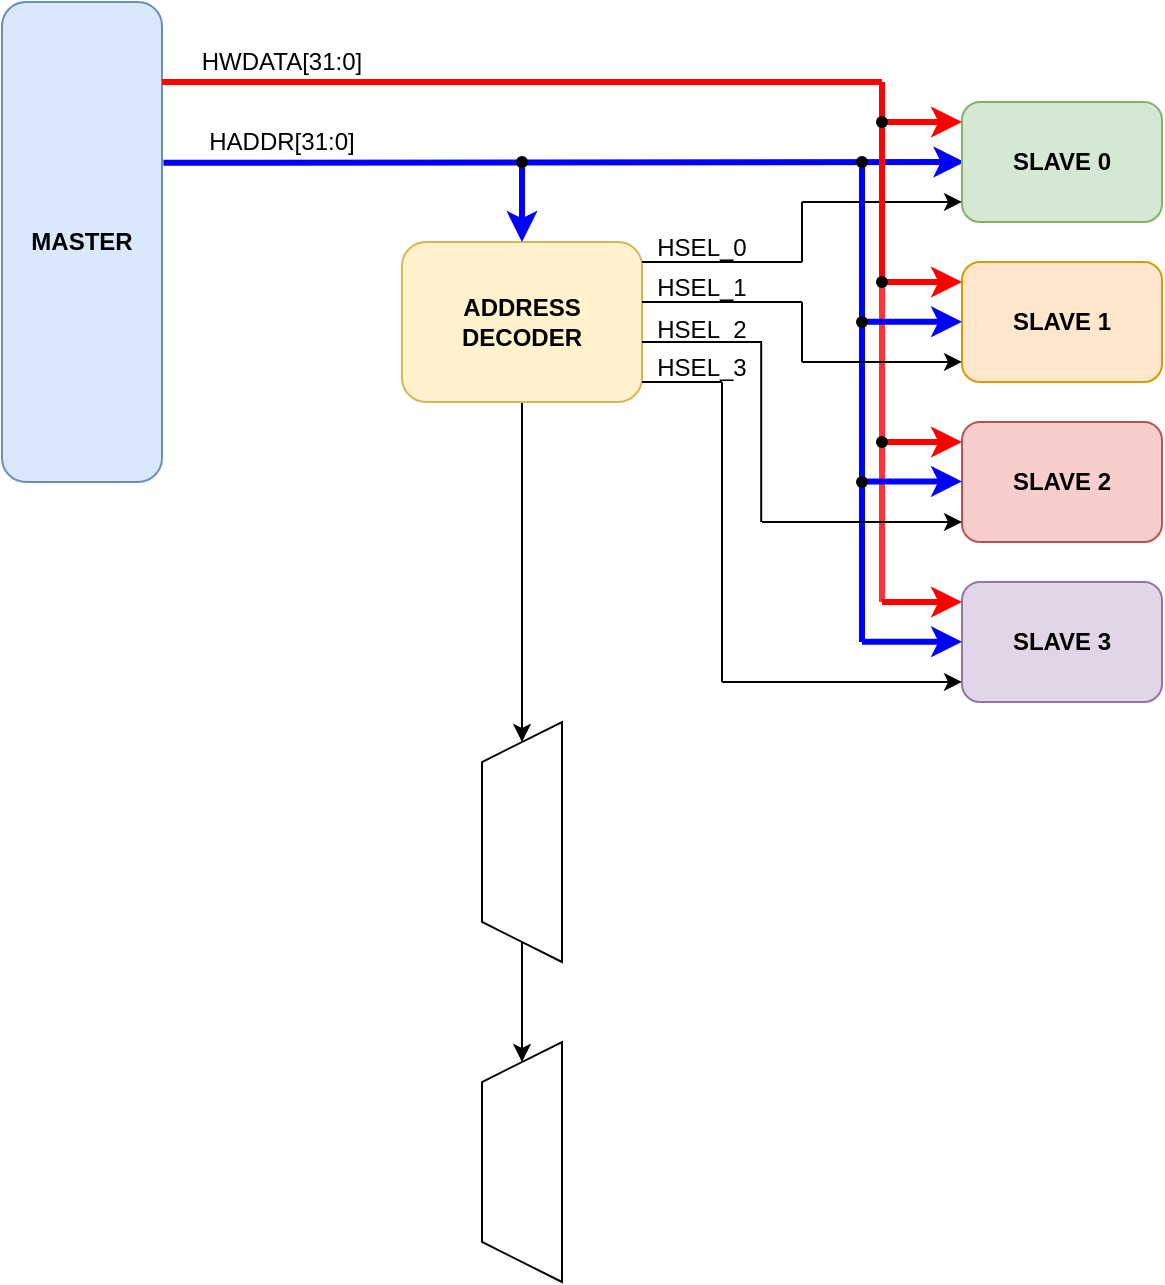
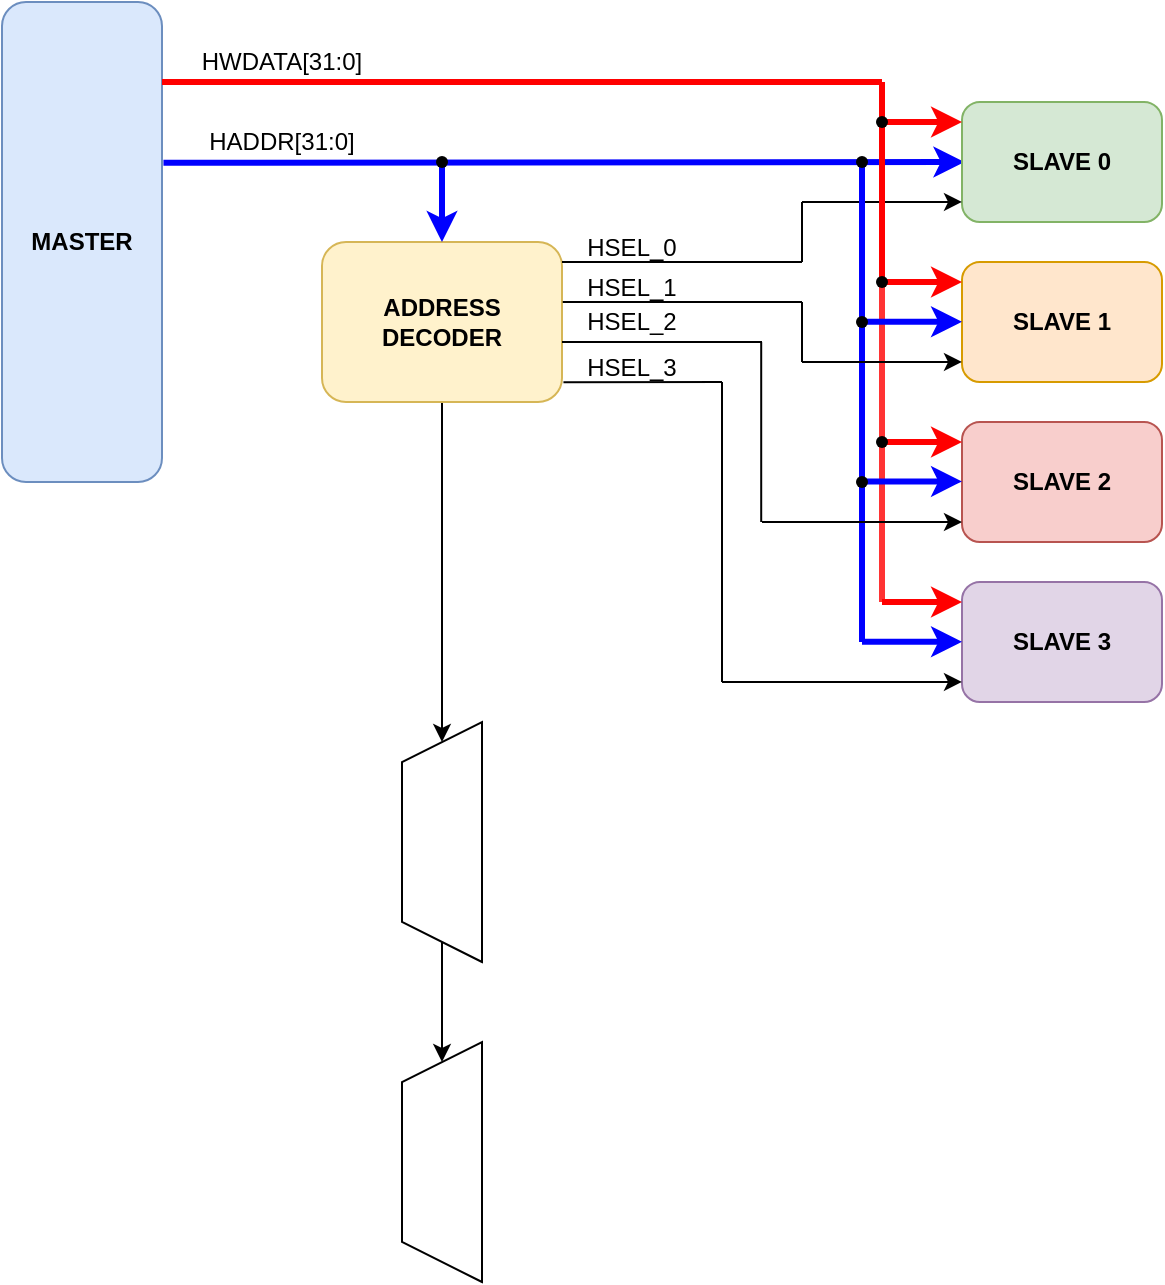
<mxfile host="app.diagrams.net" agent="Mozilla/5.0 (Windows NT 10.0; Win64; x64) AppleWebKit/537.36 (KHTML, like Gecko) Chrome/144.0.0.0 Safari/537.36 Edg/144.0.0.0" pages="4">
  <diagram id="00dOMP4ly3Yvcw6Omt_P" name="AHB Block Diagram">
-     <mxGraphModel dx="637" dy="921" grid="1" gridSize="10" guides="1" tooltips="1" connect="1" arrows="1" fold="1" page="1" pageScale="1" pageWidth="850" pageHeight="1100" math="0" shadow="0">
+     <mxGraphModel dx="306" dy="442" grid="1" gridSize="10" guides="1" tooltips="1" connect="1" arrows="1" fold="1" page="1" pageScale="1" pageWidth="850" pageHeight="1100" math="0" shadow="0">
      <root>
        <mxCell id="0" />
        <mxCell id="1" parent="0" />
        <mxCell id="WVtcaOnAu4kVJNJomXHp-1" parent="1" style="rounded=1;whiteSpace=wrap;html=1;fillColor=#dae8fc;strokeColor=#6c8ebf;" value="&lt;b&gt;MASTER&lt;/b&gt;" vertex="1">
          <mxGeometry height="240" width="80" x="80" y="160" as="geometry" />
        </mxCell>
        <mxCell id="WVtcaOnAu4kVJNJomXHp-55" edge="1" parent="1" source="WVtcaOnAu4kVJNJomXHp-3" style="edgeStyle=orthogonalEdgeStyle;rounded=0;orthogonalLoop=1;jettySize=auto;html=1;entryX=1;entryY=0.5;entryDx=0;entryDy=0;" target="WVtcaOnAu4kVJNJomXHp-53">
          <mxGeometry relative="1" as="geometry" />
        </mxCell>
        <mxCell id="WVtcaOnAu4kVJNJomXHp-3" parent="1" style="rounded=1;whiteSpace=wrap;html=1;fillColor=#fff2cc;strokeColor=#d6b656;" value="&lt;b&gt;ADDRESS DECODER&lt;/b&gt;" vertex="1">
-           <mxGeometry height="80" width="120" x="280" y="280" as="geometry" />
+           <mxGeometry height="80" width="120" x="240" y="280" as="geometry" />
        </mxCell>
        <mxCell id="WVtcaOnAu4kVJNJomXHp-4" edge="1" parent="1" source="WVtcaOnAu4kVJNJomXHp-1" style="endArrow=classic;html=1;rounded=0;exitX=1.009;exitY=0.335;exitDx=0;exitDy=0;exitPerimeter=0;strokeWidth=3;strokeColor=#0000FF;" value="">
          <mxGeometry height="50" relative="1" width="50" as="geometry">
            <mxPoint x="170" y="240" as="sourcePoint" />
            <mxPoint x="561.2" y="240" as="targetPoint" />
          </mxGeometry>
        </mxCell>
        <mxCell id="WVtcaOnAu4kVJNJomXHp-5" edge="1" parent="1" source="WVtcaOnAu4kVJNJomXHp-6" style="endArrow=classic;html=1;rounded=0;entryX=0.5;entryY=0;entryDx=0;entryDy=0;strokeWidth=3;strokeColor=#0000FF;" target="WVtcaOnAu4kVJNJomXHp-3" value="">
          <mxGeometry height="50" relative="1" width="50" as="geometry">
            <mxPoint x="340" y="240" as="sourcePoint" />
            <mxPoint x="390" y="190" as="targetPoint" />
          </mxGeometry>
        </mxCell>
        <mxCell id="WVtcaOnAu4kVJNJomXHp-6" parent="1" style="shape=waypoint;sketch=0;fillStyle=solid;size=6;pointerEvents=1;points=[];fillColor=none;resizable=0;rotatable=0;perimeter=centerPerimeter;snapToPoint=1;" value="" vertex="1">
-           <mxGeometry height="20" width="20" x="330" y="230" as="geometry" />
+           <mxGeometry height="20" width="20" x="290" y="230" as="geometry" />
        </mxCell>
        <mxCell id="WVtcaOnAu4kVJNJomXHp-7" parent="1" style="rounded=1;whiteSpace=wrap;html=1;fillColor=#d5e8d4;strokeColor=#82b366;fontStyle=1" value="SLAVE 0" vertex="1">
          <mxGeometry height="60" width="100" x="560" y="210" as="geometry" />
        </mxCell>
        <mxCell id="WVtcaOnAu4kVJNJomXHp-8" parent="1" style="rounded=1;whiteSpace=wrap;html=1;fillColor=#ffe6cc;strokeColor=#d79b00;fontStyle=1" value="SLAVE 1" vertex="1">
          <mxGeometry height="60" width="100" x="560" y="290" as="geometry" />
        </mxCell>
        <mxCell id="WVtcaOnAu4kVJNJomXHp-9" parent="1" style="rounded=1;whiteSpace=wrap;html=1;fillColor=#f8cecc;strokeColor=#b85450;fontStyle=1" value="SLAVE 2" vertex="1">
          <mxGeometry height="60" width="100" x="560" y="370" as="geometry" />
        </mxCell>
        <mxCell id="WVtcaOnAu4kVJNJomXHp-10" parent="1" style="rounded=1;whiteSpace=wrap;html=1;fillColor=#e1d5e7;strokeColor=#9673a6;fontStyle=1" value="SLAVE 3" vertex="1">
          <mxGeometry height="60" width="100" x="560" y="450" as="geometry" />
        </mxCell>
        <mxCell id="WVtcaOnAu4kVJNJomXHp-11" edge="1" parent="1" source="WVtcaOnAu4kVJNJomXHp-3" style="endArrow=none;html=1;rounded=0;exitX=1;exitY=0.125;exitDx=0;exitDy=0;exitPerimeter=0;" value="">
          <mxGeometry height="50" relative="1" width="50" as="geometry">
            <mxPoint x="410" y="290" as="sourcePoint" />
            <mxPoint x="480" y="290" as="targetPoint" />
          </mxGeometry>
        </mxCell>
        <mxCell id="WVtcaOnAu4kVJNJomXHp-12" edge="1" parent="1" style="endArrow=none;html=1;rounded=0;" value="">
          <mxGeometry height="50" relative="1" width="50" as="geometry">
            <mxPoint x="480" y="290" as="sourcePoint" />
            <mxPoint x="480" y="260" as="targetPoint" />
          </mxGeometry>
        </mxCell>
        <mxCell id="WVtcaOnAu4kVJNJomXHp-13" edge="1" parent="1" style="endArrow=classic;html=1;rounded=0;entryX=0;entryY=0.833;entryDx=0;entryDy=0;entryPerimeter=0;" target="WVtcaOnAu4kVJNJomXHp-7" value="">
          <mxGeometry height="50" relative="1" width="50" as="geometry">
            <mxPoint x="480" y="260" as="sourcePoint" />
            <mxPoint x="540" y="260" as="targetPoint" />
          </mxGeometry>
        </mxCell>
        <mxCell id="WVtcaOnAu4kVJNJomXHp-18" edge="1" parent="1" style="endArrow=none;html=1;rounded=0;strokeWidth=3;strokeColor=#FF0000;" value="">
          <mxGeometry height="50" relative="1" width="50" as="geometry">
            <mxPoint x="160" y="200" as="sourcePoint" />
            <mxPoint x="520" y="200" as="targetPoint" />
          </mxGeometry>
        </mxCell>
        <mxCell id="WVtcaOnAu4kVJNJomXHp-19" edge="1" parent="1" source="WVtcaOnAu4kVJNJomXHp-25" style="endArrow=none;html=1;rounded=0;strokeWidth=3;strokeColor=#FF0000;" value="">
          <mxGeometry height="50" relative="1" width="50" as="geometry">
            <mxPoint x="520" y="380" as="sourcePoint" />
            <mxPoint x="520" y="200" as="targetPoint" />
          </mxGeometry>
        </mxCell>
        <mxCell id="WVtcaOnAu4kVJNJomXHp-20" edge="1" parent="1" style="endArrow=classic;html=1;rounded=0;entryX=0;entryY=0.167;entryDx=0;entryDy=0;entryPerimeter=0;strokeWidth=3;strokeColor=#FF0000;" target="WVtcaOnAu4kVJNJomXHp-7" value="">
          <mxGeometry height="50" relative="1" width="50" as="geometry">
            <mxPoint x="520" y="220" as="sourcePoint" />
            <mxPoint x="570" y="170" as="targetPoint" />
          </mxGeometry>
        </mxCell>
        <mxCell id="WVtcaOnAu4kVJNJomXHp-22" edge="1" parent="1" style="endArrow=classic;html=1;rounded=0;entryX=0;entryY=0.167;entryDx=0;entryDy=0;entryPerimeter=0;strokeWidth=3;strokeColor=#FF0000;" value="">
          <mxGeometry height="50" relative="1" width="50" as="geometry">
            <mxPoint x="520" y="300" as="sourcePoint" />
            <mxPoint x="560" y="300" as="targetPoint" />
          </mxGeometry>
        </mxCell>
        <mxCell id="WVtcaOnAu4kVJNJomXHp-23" parent="1" style="shape=waypoint;sketch=0;fillStyle=solid;size=6;pointerEvents=1;points=[];fillColor=none;resizable=0;rotatable=0;perimeter=centerPerimeter;snapToPoint=1;" value="" vertex="1">
          <mxGeometry height="20" width="20" x="510" y="210" as="geometry" />
        </mxCell>
        <mxCell id="WVtcaOnAu4kVJNJomXHp-24" edge="1" parent="1" style="endArrow=classic;html=1;rounded=0;entryX=0;entryY=0.167;entryDx=0;entryDy=0;entryPerimeter=0;strokeWidth=3;strokeColor=#FF0000;" value="">
          <mxGeometry height="50" relative="1" width="50" as="geometry">
            <mxPoint x="520" y="380" as="sourcePoint" />
            <mxPoint x="560" y="380" as="targetPoint" />
          </mxGeometry>
        </mxCell>
        <mxCell id="WVtcaOnAu4kVJNJomXHp-26" edge="1" parent="1" style="endArrow=none;html=1;rounded=0;strokeWidth=3;strokeColor=#FF3333;" target="WVtcaOnAu4kVJNJomXHp-25" value="">
          <mxGeometry height="50" relative="1" width="50" as="geometry">
            <mxPoint x="520" y="460" as="sourcePoint" />
            <mxPoint x="520" y="200" as="targetPoint" />
          </mxGeometry>
        </mxCell>
        <mxCell id="WVtcaOnAu4kVJNJomXHp-25" parent="1" style="shape=waypoint;sketch=0;fillStyle=solid;size=6;pointerEvents=1;points=[];fillColor=none;resizable=0;rotatable=0;perimeter=centerPerimeter;snapToPoint=1;" value="" vertex="1">
          <mxGeometry height="20" width="20" x="510" y="290" as="geometry" />
        </mxCell>
        <mxCell id="WVtcaOnAu4kVJNJomXHp-27" edge="1" parent="1" style="endArrow=none;html=1;rounded=0;strokeWidth=3;strokeColor=#0000FF;" target="WVtcaOnAu4kVJNJomXHp-30" value="">
          <mxGeometry height="50" relative="1" width="50" as="geometry">
            <mxPoint x="510" y="480" as="sourcePoint" />
            <mxPoint x="510" y="240" as="targetPoint" />
          </mxGeometry>
        </mxCell>
        <mxCell id="WVtcaOnAu4kVJNJomXHp-28" edge="1" parent="1" style="endArrow=classic;html=1;rounded=0;entryX=0;entryY=0.167;entryDx=0;entryDy=0;entryPerimeter=0;strokeWidth=3;strokeColor=#0000FF;" value="">
          <mxGeometry height="50" relative="1" width="50" as="geometry">
            <mxPoint x="510" y="399.72" as="sourcePoint" />
            <mxPoint x="560" y="399.72" as="targetPoint" />
          </mxGeometry>
        </mxCell>
        <mxCell id="WVtcaOnAu4kVJNJomXHp-29" edge="1" parent="1" style="endArrow=classic;html=1;rounded=0;entryX=0;entryY=0.167;entryDx=0;entryDy=0;entryPerimeter=0;strokeWidth=3;strokeColor=#0000FF;" value="">
          <mxGeometry height="50" relative="1" width="50" as="geometry">
            <mxPoint x="510" y="319.86" as="sourcePoint" />
            <mxPoint x="560" y="319.86" as="targetPoint" />
          </mxGeometry>
        </mxCell>
        <mxCell id="WVtcaOnAu4kVJNJomXHp-30" parent="1" style="shape=waypoint;sketch=0;fillStyle=solid;size=6;pointerEvents=1;points=[];fillColor=none;resizable=0;rotatable=0;perimeter=centerPerimeter;snapToPoint=1;" value="" vertex="1">
          <mxGeometry height="20" width="20" x="500.0000000000001" y="230" as="geometry" />
        </mxCell>
        <mxCell id="WVtcaOnAu4kVJNJomXHp-31" parent="1" style="shape=waypoint;sketch=0;fillStyle=solid;size=6;pointerEvents=1;points=[];fillColor=none;resizable=0;rotatable=0;perimeter=centerPerimeter;snapToPoint=1;" value="" vertex="1">
          <mxGeometry height="20" width="20" x="500" y="310" as="geometry" />
        </mxCell>
        <mxCell id="WVtcaOnAu4kVJNJomXHp-32" edge="1" parent="1" style="endArrow=classic;html=1;rounded=0;entryX=0;entryY=0.167;entryDx=0;entryDy=0;entryPerimeter=0;strokeWidth=3;strokeColor=#FF0000;" value="">
          <mxGeometry height="50" relative="1" width="50" as="geometry">
            <mxPoint x="520" y="460" as="sourcePoint" />
            <mxPoint x="560" y="460" as="targetPoint" />
          </mxGeometry>
        </mxCell>
        <mxCell id="WVtcaOnAu4kVJNJomXHp-33" edge="1" parent="1" style="endArrow=classic;html=1;rounded=0;entryX=0;entryY=0.167;entryDx=0;entryDy=0;entryPerimeter=0;strokeWidth=3;strokeColor=#0000FF;" value="">
          <mxGeometry height="50" relative="1" width="50" as="geometry">
            <mxPoint x="510" y="479.88" as="sourcePoint" />
            <mxPoint x="560" y="479.88" as="targetPoint" />
          </mxGeometry>
        </mxCell>
        <mxCell id="WVtcaOnAu4kVJNJomXHp-34" parent="1" style="shape=waypoint;sketch=0;fillStyle=solid;size=6;pointerEvents=1;points=[];fillColor=none;resizable=0;rotatable=0;perimeter=centerPerimeter;snapToPoint=1;" value="" vertex="1">
          <mxGeometry height="20" width="20" x="510" y="370" as="geometry" />
        </mxCell>
        <mxCell id="WVtcaOnAu4kVJNJomXHp-35" parent="1" style="shape=waypoint;sketch=0;fillStyle=solid;size=6;pointerEvents=1;points=[];fillColor=none;resizable=0;rotatable=0;perimeter=centerPerimeter;snapToPoint=1;" value="" vertex="1">
          <mxGeometry height="20" width="20" x="500" y="390" as="geometry" />
        </mxCell>
-         <mxCell id="WVtcaOnAu4kVJNJomXHp-38" edge="1" parent="1" style="endArrow=none;html=1;rounded=0;" value="">
+         <mxCell id="WVtcaOnAu4kVJNJomXHp-38" edge="1" parent="1" source="WVtcaOnAu4kVJNJomXHp-3" style="endArrow=none;html=1;rounded=0;exitX=1.003;exitY=0.375;exitDx=0;exitDy=0;exitPerimeter=0;" value="">
          <mxGeometry height="50" relative="1" width="50" as="geometry">
            <mxPoint x="400" y="310" as="sourcePoint" />
            <mxPoint x="480" y="310" as="targetPoint" />
          </mxGeometry>
        </mxCell>
-         <mxCell id="WVtcaOnAu4kVJNJomXHp-39" edge="1" parent="1" style="endArrow=none;html=1;rounded=0;" value="">
+         <mxCell id="WVtcaOnAu4kVJNJomXHp-39" edge="1" parent="1" source="WVtcaOnAu4kVJNJomXHp-3" style="endArrow=none;html=1;rounded=0;exitX=1;exitY=0.625;exitDx=0;exitDy=0;exitPerimeter=0;" value="">
          <mxGeometry height="50" relative="1" width="50" as="geometry">
            <mxPoint x="400" y="330" as="sourcePoint" />
            <mxPoint x="460" y="330" as="targetPoint" />
          </mxGeometry>
        </mxCell>
-         <mxCell id="WVtcaOnAu4kVJNJomXHp-40" edge="1" parent="1" style="endArrow=none;html=1;rounded=0;" value="">
+         <mxCell id="WVtcaOnAu4kVJNJomXHp-40" edge="1" parent="1" source="WVtcaOnAu4kVJNJomXHp-3" style="endArrow=none;html=1;rounded=0;exitX=1.006;exitY=0.877;exitDx=0;exitDy=0;exitPerimeter=0;" value="">
          <mxGeometry height="50" relative="1" width="50" as="geometry">
            <mxPoint x="400" y="350" as="sourcePoint" />
            <mxPoint x="440" y="350" as="targetPoint" />
          </mxGeometry>
        </mxCell>
        <mxCell id="WVtcaOnAu4kVJNJomXHp-41" edge="1" parent="1" style="endArrow=none;html=1;rounded=0;" value="">
          <mxGeometry height="50" relative="1" width="50" as="geometry">
            <mxPoint x="440" y="500" as="sourcePoint" />
            <mxPoint x="440" y="350" as="targetPoint" />
          </mxGeometry>
        </mxCell>
        <mxCell id="WVtcaOnAu4kVJNJomXHp-42" edge="1" parent="1" style="endArrow=classic;html=1;rounded=0;entryX=0;entryY=0.833;entryDx=0;entryDy=0;entryPerimeter=0;" target="WVtcaOnAu4kVJNJomXHp-10" value="">
          <mxGeometry height="50" relative="1" width="50" as="geometry">
            <mxPoint x="440" y="499.98" as="sourcePoint" />
            <mxPoint x="470" y="450" as="targetPoint" />
          </mxGeometry>
        </mxCell>
        <mxCell id="WVtcaOnAu4kVJNJomXHp-43" edge="1" parent="1" style="endArrow=none;html=1;rounded=0;" value="">
          <mxGeometry height="50" relative="1" width="50" as="geometry">
            <mxPoint x="459.6" y="420" as="sourcePoint" />
            <mxPoint x="459.6" y="330" as="targetPoint" />
          </mxGeometry>
        </mxCell>
        <mxCell id="WVtcaOnAu4kVJNJomXHp-44" edge="1" parent="1" style="endArrow=classic;html=1;rounded=0;entryX=0;entryY=0.833;entryDx=0;entryDy=0;entryPerimeter=0;" value="">
          <mxGeometry height="50" relative="1" width="50" as="geometry">
            <mxPoint x="460" y="420" as="sourcePoint" />
            <mxPoint x="560" y="420" as="targetPoint" />
          </mxGeometry>
        </mxCell>
        <mxCell id="WVtcaOnAu4kVJNJomXHp-45" edge="1" parent="1" style="endArrow=none;html=1;rounded=0;" value="">
          <mxGeometry height="50" relative="1" width="50" as="geometry">
            <mxPoint x="480" y="340" as="sourcePoint" />
            <mxPoint x="480" y="310" as="targetPoint" />
          </mxGeometry>
        </mxCell>
        <mxCell id="WVtcaOnAu4kVJNJomXHp-46" edge="1" parent="1" style="endArrow=classic;html=1;rounded=0;entryX=0;entryY=0.833;entryDx=0;entryDy=0;entryPerimeter=0;" target="WVtcaOnAu4kVJNJomXHp-8" value="">
          <mxGeometry height="50" relative="1" width="50" as="geometry">
            <mxPoint x="480" y="340" as="sourcePoint" />
            <mxPoint x="550" y="340" as="targetPoint" />
          </mxGeometry>
        </mxCell>
        <mxCell id="WVtcaOnAu4kVJNJomXHp-47" parent="1" style="text;html=1;whiteSpace=wrap;strokeColor=none;fillColor=none;align=center;verticalAlign=middle;rounded=0;" value="HSEL_0" vertex="1">
-           <mxGeometry height="15" width="60" x="400" y="275" as="geometry" />
+           <mxGeometry height="15" width="60" x="365" y="275" as="geometry" />
        </mxCell>
        <mxCell id="WVtcaOnAu4kVJNJomXHp-48" parent="1" style="text;html=1;whiteSpace=wrap;strokeColor=none;fillColor=none;align=center;verticalAlign=middle;rounded=0;" value="HSEL_1" vertex="1">
-           <mxGeometry height="15" width="60" x="400" y="295" as="geometry" />
+           <mxGeometry height="15" width="60" x="365" y="295" as="geometry" />
        </mxCell>
        <mxCell id="WVtcaOnAu4kVJNJomXHp-49" parent="1" style="text;html=1;whiteSpace=wrap;strokeColor=none;fillColor=none;align=center;verticalAlign=middle;rounded=0;" value="HSEL_2" vertex="1">
-           <mxGeometry height="7.5" width="60" x="400" y="320" as="geometry" />
+           <mxGeometry height="7.5" width="60" x="365" y="316.25" as="geometry" />
        </mxCell>
        <mxCell id="WVtcaOnAu4kVJNJomXHp-50" parent="1" style="text;html=1;whiteSpace=wrap;strokeColor=none;fillColor=none;align=center;verticalAlign=middle;rounded=0;" value="HSEL_3" vertex="1">
-           <mxGeometry height="15" width="60" x="400" y="335" as="geometry" />
+           <mxGeometry height="15" width="60" x="365" y="335" as="geometry" />
        </mxCell>
        <mxCell id="WVtcaOnAu4kVJNJomXHp-51" parent="1" style="text;html=1;whiteSpace=wrap;strokeColor=none;fillColor=none;align=center;verticalAlign=middle;rounded=0;" value="HWDATA[31:0]" vertex="1">
          <mxGeometry height="20" width="80" x="180" y="180" as="geometry" />
        </mxCell>
        <mxCell id="WVtcaOnAu4kVJNJomXHp-52" parent="1" style="text;html=1;whiteSpace=wrap;strokeColor=none;fillColor=none;align=center;verticalAlign=middle;rounded=0;" value="HADDR[31:0]" vertex="1">
          <mxGeometry height="20" width="80" x="180" y="220" as="geometry" />
        </mxCell>
        <mxCell id="WVtcaOnAu4kVJNJomXHp-53" parent="1" style="shape=trapezoid;perimeter=trapezoidPerimeter;whiteSpace=wrap;html=1;fixedSize=1;rotation=-90;" value="" vertex="1">
-           <mxGeometry height="40" width="120" x="280" y="560" as="geometry" />
+           <mxGeometry height="40" width="120" x="240" y="560" as="geometry" />
        </mxCell>
        <mxCell id="WVtcaOnAu4kVJNJomXHp-54" parent="1" style="shape=trapezoid;perimeter=trapezoidPerimeter;whiteSpace=wrap;html=1;fixedSize=1;rotation=-90;" value="" vertex="1">
-           <mxGeometry height="40" width="120" x="280" y="720" as="geometry" />
+           <mxGeometry height="40" width="120" x="240" y="720" as="geometry" />
        </mxCell>
        <mxCell id="WVtcaOnAu4kVJNJomXHp-56" edge="1" parent="1" source="WVtcaOnAu4kVJNJomXHp-53" style="endArrow=classic;html=1;rounded=0;exitX=0;exitY=0.5;exitDx=0;exitDy=0;entryX=1;entryY=0.5;entryDx=0;entryDy=0;" target="WVtcaOnAu4kVJNJomXHp-54" value="">
          <mxGeometry height="50" relative="1" width="50" as="geometry">
-             <mxPoint x="400" y="680" as="sourcePoint" />
-             <mxPoint x="450" y="630" as="targetPoint" />
+             <mxPoint x="360" y="680" as="sourcePoint" />
+             <mxPoint x="410" y="630" as="targetPoint" />
          </mxGeometry>
        </mxCell>
      </root>
    </mxGraphModel>
  </diagram>
  <diagram name="AHB Interface" id="AxdGKtdG9Rmgfqjtrl1U">
    <mxGraphModel dx="2046" dy="1106" grid="1" gridSize="10" guides="1" tooltips="1" connect="1" arrows="1" fold="1" page="1" pageScale="1" pageWidth="850" pageHeight="1100" math="0" shadow="0">
      <root>
        <mxCell id="0" />
        <mxCell id="1" parent="0" />
        <mxCell id="BZ9neWvH9tw47nREzwFn-1" parent="1" style="rounded=0;whiteSpace=wrap;html=1;" value="&lt;font style=&quot;font-size: 16px;&quot;&gt;&lt;b&gt;Manager&lt;/b&gt;&lt;/font&gt;" vertex="1">
          <mxGeometry height="200" width="120" x="400" y="80" as="geometry" />
        </mxCell>
        <mxCell id="BZ9neWvH9tw47nREzwFn-2" edge="1" parent="1" style="endArrow=classic;html=1;rounded=0;" value="">
          <mxGeometry height="50" relative="1" width="50" as="geometry">
            <mxPoint x="360" y="100" as="sourcePoint" />
            <mxPoint x="400" y="100" as="targetPoint" />
          </mxGeometry>
        </mxCell>
        <mxCell id="BZ9neWvH9tw47nREzwFn-3" edge="1" parent="1" style="endArrow=classic;html=1;rounded=0;" value="">
          <mxGeometry height="50" relative="1" width="50" as="geometry">
            <mxPoint x="360" y="120" as="sourcePoint" />
            <mxPoint x="400" y="120" as="targetPoint" />
          </mxGeometry>
        </mxCell>
        <mxCell id="BZ9neWvH9tw47nREzwFn-4" parent="1" style="text;html=1;whiteSpace=wrap;strokeColor=none;fillColor=none;align=center;verticalAlign=middle;rounded=0;fontStyle=1" value="HCLK" vertex="1">
          <mxGeometry height="20" width="40" x="320" y="90" as="geometry" />
        </mxCell>
        <mxCell id="BZ9neWvH9tw47nREzwFn-5" parent="1" style="text;html=1;whiteSpace=wrap;strokeColor=none;fillColor=none;align=center;verticalAlign=middle;rounded=0;fontStyle=1" value="HRESETn" vertex="1">
          <mxGeometry height="20" width="60" x="300" y="110" as="geometry" />
        </mxCell>
        <mxCell id="BZ9neWvH9tw47nREzwFn-6" parent="1" style="text;html=1;whiteSpace=wrap;strokeColor=none;fillColor=none;align=center;verticalAlign=middle;rounded=0;fontStyle=1" value="HREADY" vertex="1">
          <mxGeometry height="20" width="60" x="300" y="150" as="geometry" />
        </mxCell>
        <mxCell id="BZ9neWvH9tw47nREzwFn-7" edge="1" parent="1" style="endArrow=classic;html=1;rounded=0;" value="">
          <mxGeometry height="50" relative="1" width="50" as="geometry">
            <mxPoint x="360" y="160" as="sourcePoint" />
            <mxPoint x="400" y="160" as="targetPoint" />
          </mxGeometry>
        </mxCell>
        <mxCell id="BZ9neWvH9tw47nREzwFn-8" edge="1" parent="1" style="endArrow=classic;html=1;rounded=0;" value="">
          <mxGeometry height="50" relative="1" width="50" as="geometry">
            <mxPoint x="360" y="180" as="sourcePoint" />
            <mxPoint x="400" y="180" as="targetPoint" />
          </mxGeometry>
        </mxCell>
        <mxCell id="BZ9neWvH9tw47nREzwFn-9" parent="1" style="text;html=1;whiteSpace=wrap;strokeColor=none;fillColor=none;align=center;verticalAlign=middle;rounded=0;fontStyle=1" value="HSELx" vertex="1">
          <mxGeometry height="20" width="60" x="310" y="430" as="geometry" />
        </mxCell>
        <mxCell id="BZ9neWvH9tw47nREzwFn-10" edge="1" parent="1" style="endArrow=classic;html=1;rounded=0;" value="">
          <mxGeometry height="50" relative="1" width="50" as="geometry">
            <mxPoint x="360" y="260" as="sourcePoint" />
            <mxPoint x="400" y="260" as="targetPoint" />
          </mxGeometry>
        </mxCell>
        <mxCell id="BZ9neWvH9tw47nREzwFn-11" parent="1" style="text;html=1;whiteSpace=wrap;strokeColor=none;fillColor=none;align=center;verticalAlign=middle;rounded=0;fontStyle=1" value="HRDATA[31:0]" vertex="1">
          <mxGeometry height="20" width="90" x="270" y="250" as="geometry" />
        </mxCell>
        <mxCell id="BZ9neWvH9tw47nREzwFn-12" edge="1" parent="1" style="endArrow=classic;html=1;rounded=0;" value="">
          <mxGeometry height="50" relative="1" width="50" as="geometry">
            <mxPoint x="520" y="99.83" as="sourcePoint" />
            <mxPoint x="560" y="99.83" as="targetPoint" />
          </mxGeometry>
        </mxCell>
        <mxCell id="BZ9neWvH9tw47nREzwFn-13" edge="1" parent="1" style="endArrow=classic;html=1;rounded=0;" value="">
          <mxGeometry height="50" relative="1" width="50" as="geometry">
            <mxPoint x="520" y="119.83" as="sourcePoint" />
            <mxPoint x="560" y="119.83" as="targetPoint" />
          </mxGeometry>
        </mxCell>
        <mxCell id="BZ9neWvH9tw47nREzwFn-14" edge="1" parent="1" style="endArrow=classic;html=1;rounded=0;" value="">
          <mxGeometry height="50" relative="1" width="50" as="geometry">
            <mxPoint x="520" y="159.83" as="sourcePoint" />
            <mxPoint x="560" y="159.83" as="targetPoint" />
          </mxGeometry>
        </mxCell>
        <mxCell id="BZ9neWvH9tw47nREzwFn-15" edge="1" parent="1" style="endArrow=classic;html=1;rounded=0;" value="">
          <mxGeometry height="50" relative="1" width="50" as="geometry">
            <mxPoint x="520" y="140" as="sourcePoint" />
            <mxPoint x="560" y="140" as="targetPoint" />
          </mxGeometry>
        </mxCell>
        <mxCell id="BZ9neWvH9tw47nREzwFn-16" edge="1" parent="1" style="endArrow=classic;html=1;rounded=0;" value="">
          <mxGeometry height="50" relative="1" width="50" as="geometry">
            <mxPoint x="520" y="179.83" as="sourcePoint" />
            <mxPoint x="560" y="179.83" as="targetPoint" />
          </mxGeometry>
        </mxCell>
        <mxCell id="BZ9neWvH9tw47nREzwFn-17" edge="1" parent="1" style="endArrow=classic;html=1;rounded=0;" value="">
          <mxGeometry height="50" relative="1" width="50" as="geometry">
            <mxPoint x="520" y="200" as="sourcePoint" />
            <mxPoint x="560" y="200" as="targetPoint" />
          </mxGeometry>
        </mxCell>
        <mxCell id="BZ9neWvH9tw47nREzwFn-18" parent="1" style="text;html=1;whiteSpace=wrap;strokeColor=none;fillColor=none;align=center;verticalAlign=middle;rounded=0;fontStyle=1" value="HADDR[31:0]" vertex="1">
          <mxGeometry height="20" width="80" x="560" y="90" as="geometry" />
        </mxCell>
        <mxCell id="BZ9neWvH9tw47nREzwFn-19" parent="1" style="text;html=1;whiteSpace=wrap;strokeColor=none;fillColor=none;align=center;verticalAlign=middle;rounded=0;fontStyle=1" value="HWRITE" vertex="1">
          <mxGeometry height="20" width="60" x="560" y="110" as="geometry" />
        </mxCell>
        <mxCell id="BZ9neWvH9tw47nREzwFn-20" parent="1" style="text;html=1;whiteSpace=wrap;strokeColor=none;fillColor=none;align=center;verticalAlign=middle;rounded=0;fontStyle=1" value="HSIZE[2:0]" vertex="1">
          <mxGeometry height="20" width="70" x="560" y="130" as="geometry" />
        </mxCell>
        <mxCell id="BZ9neWvH9tw47nREzwFn-21" parent="1" style="text;html=1;whiteSpace=wrap;strokeColor=none;fillColor=none;align=center;verticalAlign=middle;rounded=0;fontStyle=1" value="HBURST[2:0]" vertex="1">
          <mxGeometry height="20" width="80" x="560" y="150" as="geometry" />
        </mxCell>
        <mxCell id="BZ9neWvH9tw47nREzwFn-22" parent="1" style="text;html=1;whiteSpace=wrap;strokeColor=none;fillColor=none;align=center;verticalAlign=middle;rounded=0;fontStyle=1" value="HPROT[3:0]" vertex="1">
          <mxGeometry height="20" width="80" x="560" y="170" as="geometry" />
        </mxCell>
        <mxCell id="BZ9neWvH9tw47nREzwFn-23" parent="1" style="text;html=1;whiteSpace=wrap;strokeColor=none;fillColor=none;align=center;verticalAlign=middle;rounded=0;fontStyle=1" value="HTRANS[1:0]" vertex="1">
          <mxGeometry height="20" width="80" x="560" y="190" as="geometry" />
        </mxCell>
        <mxCell id="BZ9neWvH9tw47nREzwFn-24" edge="1" parent="1" style="endArrow=classic;html=1;rounded=0;" value="">
          <mxGeometry height="50" relative="1" width="50" as="geometry">
            <mxPoint x="520" y="220" as="sourcePoint" />
            <mxPoint x="560" y="220" as="targetPoint" />
          </mxGeometry>
        </mxCell>
        <mxCell id="BZ9neWvH9tw47nREzwFn-25" parent="1" style="text;html=1;whiteSpace=wrap;strokeColor=none;fillColor=none;align=center;verticalAlign=middle;rounded=0;fontStyle=1" value="HMASTLOCK" vertex="1">
          <mxGeometry height="20" width="80" x="560" y="210" as="geometry" />
        </mxCell>
        <mxCell id="BZ9neWvH9tw47nREzwFn-26" edge="1" parent="1" style="endArrow=classic;html=1;rounded=0;" value="">
          <mxGeometry height="50" relative="1" width="50" as="geometry">
            <mxPoint x="520" y="259.8" as="sourcePoint" />
            <mxPoint x="560" y="259.8" as="targetPoint" />
          </mxGeometry>
        </mxCell>
        <mxCell id="BZ9neWvH9tw47nREzwFn-30" parent="1" style="text;html=1;whiteSpace=wrap;strokeColor=none;fillColor=none;align=center;verticalAlign=middle;rounded=0;fontStyle=1" value="HWDATA[31:0]" vertex="1">
          <mxGeometry height="20" width="95" x="555" y="250" as="geometry" />
        </mxCell>
        <mxCell id="BZ9neWvH9tw47nREzwFn-31" parent="1" style="rounded=0;whiteSpace=wrap;html=1;" value="&lt;font style=&quot;font-size: 16px;&quot;&gt;&lt;b&gt;Slave&lt;/b&gt;&lt;/font&gt;" vertex="1">
          <mxGeometry height="320" width="120" x="400" y="360" as="geometry" />
        </mxCell>
        <mxCell id="BZ9neWvH9tw47nREzwFn-32" edge="1" parent="1" style="endArrow=classic;html=1;rounded=0;" value="">
          <mxGeometry height="50" relative="1" width="50" as="geometry">
            <mxPoint x="360" y="489.83" as="sourcePoint" />
            <mxPoint x="400" y="489.83" as="targetPoint" />
          </mxGeometry>
        </mxCell>
        <mxCell id="BZ9neWvH9tw47nREzwFn-33" edge="1" parent="1" style="endArrow=classic;html=1;rounded=0;" value="">
          <mxGeometry height="50" relative="1" width="50" as="geometry">
            <mxPoint x="360" y="509.83" as="sourcePoint" />
            <mxPoint x="400" y="509.83" as="targetPoint" />
          </mxGeometry>
        </mxCell>
        <mxCell id="BZ9neWvH9tw47nREzwFn-34" edge="1" parent="1" style="endArrow=classic;html=1;rounded=0;" value="">
          <mxGeometry height="50" relative="1" width="50" as="geometry">
            <mxPoint x="360" y="549.83" as="sourcePoint" />
            <mxPoint x="400" y="549.83" as="targetPoint" />
          </mxGeometry>
        </mxCell>
        <mxCell id="BZ9neWvH9tw47nREzwFn-35" edge="1" parent="1" style="endArrow=classic;html=1;rounded=0;" value="">
          <mxGeometry height="50" relative="1" width="50" as="geometry">
            <mxPoint x="360" y="530" as="sourcePoint" />
            <mxPoint x="400" y="530" as="targetPoint" />
          </mxGeometry>
        </mxCell>
        <mxCell id="BZ9neWvH9tw47nREzwFn-36" edge="1" parent="1" style="endArrow=classic;html=1;rounded=0;" value="">
          <mxGeometry height="50" relative="1" width="50" as="geometry">
            <mxPoint x="360" y="569.83" as="sourcePoint" />
            <mxPoint x="400" y="569.83" as="targetPoint" />
          </mxGeometry>
        </mxCell>
        <mxCell id="BZ9neWvH9tw47nREzwFn-37" edge="1" parent="1" style="endArrow=classic;html=1;rounded=0;" value="">
          <mxGeometry height="50" relative="1" width="50" as="geometry">
            <mxPoint x="360" y="590" as="sourcePoint" />
            <mxPoint x="400" y="590" as="targetPoint" />
          </mxGeometry>
        </mxCell>
        <mxCell id="BZ9neWvH9tw47nREzwFn-38" parent="1" style="text;html=1;whiteSpace=wrap;strokeColor=none;fillColor=none;align=center;verticalAlign=middle;rounded=0;fontStyle=1" value="HADDR[31:0]" vertex="1">
          <mxGeometry height="20" width="80" x="275" y="480" as="geometry" />
        </mxCell>
        <mxCell id="BZ9neWvH9tw47nREzwFn-39" parent="1" style="text;html=1;whiteSpace=wrap;strokeColor=none;fillColor=none;align=center;verticalAlign=middle;rounded=0;fontStyle=1" value="HWRITE" vertex="1">
          <mxGeometry height="20" width="60" x="275" y="500" as="geometry" />
        </mxCell>
        <mxCell id="BZ9neWvH9tw47nREzwFn-40" parent="1" style="text;html=1;whiteSpace=wrap;strokeColor=none;fillColor=none;align=center;verticalAlign=middle;rounded=0;fontStyle=1" value="HSIZE[2:0]" vertex="1">
          <mxGeometry height="20" width="70" x="275" y="520" as="geometry" />
        </mxCell>
        <mxCell id="BZ9neWvH9tw47nREzwFn-41" parent="1" style="text;html=1;whiteSpace=wrap;strokeColor=none;fillColor=none;align=center;verticalAlign=middle;rounded=0;fontStyle=1" value="HBURST[2:0]" vertex="1">
          <mxGeometry height="20" width="80" x="275" y="540" as="geometry" />
        </mxCell>
        <mxCell id="BZ9neWvH9tw47nREzwFn-42" parent="1" style="text;html=1;whiteSpace=wrap;strokeColor=none;fillColor=none;align=center;verticalAlign=middle;rounded=0;fontStyle=1" value="HPROT[3:0]" vertex="1">
          <mxGeometry height="20" width="80" x="275" y="560" as="geometry" />
        </mxCell>
        <mxCell id="BZ9neWvH9tw47nREzwFn-43" parent="1" style="text;html=1;whiteSpace=wrap;strokeColor=none;fillColor=none;align=center;verticalAlign=middle;rounded=0;fontStyle=1" value="HTRANS[1:0]" vertex="1">
          <mxGeometry height="20" width="80" x="275" y="580" as="geometry" />
        </mxCell>
        <mxCell id="BZ9neWvH9tw47nREzwFn-44" edge="1" parent="1" style="endArrow=classic;html=1;rounded=0;" value="">
          <mxGeometry height="50" relative="1" width="50" as="geometry">
            <mxPoint x="360" y="610" as="sourcePoint" />
            <mxPoint x="400" y="610" as="targetPoint" />
          </mxGeometry>
        </mxCell>
        <mxCell id="BZ9neWvH9tw47nREzwFn-45" parent="1" style="text;html=1;whiteSpace=wrap;strokeColor=none;fillColor=none;align=center;verticalAlign=middle;rounded=0;fontStyle=1" value="HMASTLOCK" vertex="1">
          <mxGeometry height="20" width="80" x="275" y="600" as="geometry" />
        </mxCell>
        <mxCell id="BZ9neWvH9tw47nREzwFn-46" edge="1" parent="1" style="endArrow=classic;html=1;rounded=0;" value="">
          <mxGeometry height="50" relative="1" width="50" as="geometry">
            <mxPoint x="360" y="649.8" as="sourcePoint" />
            <mxPoint x="400" y="649.8" as="targetPoint" />
          </mxGeometry>
        </mxCell>
        <mxCell id="BZ9neWvH9tw47nREzwFn-47" parent="1" style="text;html=1;whiteSpace=wrap;strokeColor=none;fillColor=none;align=center;verticalAlign=middle;rounded=0;fontStyle=1" value="HWDATA[31:0]" vertex="1">
          <mxGeometry height="20" width="95" x="270" y="640" as="geometry" />
        </mxCell>
        <mxCell id="BZ9neWvH9tw47nREzwFn-49" edge="1" parent="1" style="endArrow=classic;html=1;rounded=0;" value="">
          <mxGeometry height="50" relative="1" width="50" as="geometry">
            <mxPoint x="360" y="380" as="sourcePoint" />
            <mxPoint x="400" y="380" as="targetPoint" />
          </mxGeometry>
        </mxCell>
        <mxCell id="BZ9neWvH9tw47nREzwFn-50" edge="1" parent="1" style="endArrow=classic;html=1;rounded=0;" value="">
          <mxGeometry height="50" relative="1" width="50" as="geometry">
            <mxPoint x="360" y="400" as="sourcePoint" />
            <mxPoint x="400" y="400" as="targetPoint" />
          </mxGeometry>
        </mxCell>
        <mxCell id="BZ9neWvH9tw47nREzwFn-51" edge="1" parent="1" style="endArrow=classic;html=1;rounded=0;" value="">
          <mxGeometry height="50" relative="1" width="50" as="geometry">
            <mxPoint x="360" y="440" as="sourcePoint" />
            <mxPoint x="400" y="440" as="targetPoint" />
          </mxGeometry>
        </mxCell>
        <mxCell id="BZ9neWvH9tw47nREzwFn-52" parent="1" style="text;html=1;whiteSpace=wrap;strokeColor=none;fillColor=none;align=center;verticalAlign=middle;rounded=0;fontStyle=1" value="HCLK" vertex="1">
          <mxGeometry height="20" width="40" x="320" y="370" as="geometry" />
        </mxCell>
        <mxCell id="BZ9neWvH9tw47nREzwFn-53" parent="1" style="text;html=1;whiteSpace=wrap;strokeColor=none;fillColor=none;align=center;verticalAlign=middle;rounded=0;fontStyle=1" value="HRESETn" vertex="1">
          <mxGeometry height="20" width="60" x="300" y="390" as="geometry" />
        </mxCell>
        <mxCell id="BZ9neWvH9tw47nREzwFn-54" parent="1" style="shape=curlyBracket;whiteSpace=wrap;html=1;rounded=1;labelPosition=left;verticalLabelPosition=middle;align=right;verticalAlign=middle;" value="" vertex="1">
          <mxGeometry height="35" width="20" x="230" y="90" as="geometry" />
        </mxCell>
        <mxCell id="BZ9neWvH9tw47nREzwFn-55" parent="1" style="text;html=1;whiteSpace=wrap;strokeColor=none;fillColor=none;align=center;verticalAlign=middle;rounded=0;fontStyle=1" value="HRESP" vertex="1">
          <mxGeometry height="20" width="60" x="300" y="170" as="geometry" />
        </mxCell>
        <mxCell id="BZ9neWvH9tw47nREzwFn-56" parent="1" style="shape=curlyBracket;whiteSpace=wrap;html=1;rounded=1;labelPosition=left;verticalLabelPosition=middle;align=right;verticalAlign=middle;" value="" vertex="1">
          <mxGeometry height="140" width="20" x="230" y="480" as="geometry" />
        </mxCell>
        <mxCell id="BZ9neWvH9tw47nREzwFn-57" parent="1" style="shape=curlyBracket;whiteSpace=wrap;html=1;rounded=1;labelPosition=left;verticalLabelPosition=middle;align=right;verticalAlign=middle;rotation=-180;" value="" vertex="1">
          <mxGeometry height="135" width="20" x="650" y="90" as="geometry" />
        </mxCell>
        <mxCell id="BZ9neWvH9tw47nREzwFn-58" parent="1" style="text;html=1;whiteSpace=wrap;strokeColor=none;fillColor=none;align=center;verticalAlign=middle;rounded=0;fontStyle=1" value="&lt;span style=&quot;font-weight: normal;&quot;&gt;Global signals&lt;/span&gt;" vertex="1">
          <mxGeometry height="20" width="90" x="140" y="97.5" as="geometry" />
        </mxCell>
        <mxCell id="BZ9neWvH9tw47nREzwFn-59" parent="1" style="text;html=1;whiteSpace=wrap;strokeColor=none;fillColor=none;align=center;verticalAlign=middle;rounded=0;fontStyle=1" value="&lt;span style=&quot;font-weight: normal;&quot;&gt;Transfer response&lt;/span&gt;" vertex="1">
          <mxGeometry height="20" width="60" x="170" y="157.5" as="geometry" />
        </mxCell>
        <mxCell id="BZ9neWvH9tw47nREzwFn-60" parent="1" style="text;html=1;whiteSpace=wrap;strokeColor=none;fillColor=none;align=center;verticalAlign=middle;rounded=0;fontStyle=1" value="&lt;span style=&quot;font-weight: normal;&quot;&gt;Data&lt;/span&gt;" vertex="1">
          <mxGeometry height="20" width="60" x="170" y="250" as="geometry" />
        </mxCell>
        <mxCell id="BZ9neWvH9tw47nREzwFn-61" parent="1" style="text;html=1;whiteSpace=wrap;strokeColor=none;fillColor=none;align=center;verticalAlign=middle;rounded=0;fontStyle=1" value="&lt;span style=&quot;font-weight: normal;&quot;&gt;Address and control signals&lt;/span&gt;" vertex="1">
          <mxGeometry height="37.5" width="90" x="670" y="140" as="geometry" />
        </mxCell>
        <mxCell id="BZ9neWvH9tw47nREzwFn-62" parent="1" style="shape=curlyBracket;whiteSpace=wrap;html=1;rounded=1;labelPosition=left;verticalLabelPosition=middle;align=right;verticalAlign=middle;" value="" vertex="1">
          <mxGeometry height="35" width="20" x="230" y="150" as="geometry" />
        </mxCell>
        <mxCell id="BZ9neWvH9tw47nREzwFn-63" parent="1" style="text;html=1;whiteSpace=wrap;strokeColor=none;fillColor=none;align=center;verticalAlign=middle;rounded=0;fontStyle=1" value="&lt;span style=&quot;font-weight: normal;&quot;&gt;Address and control signals&lt;/span&gt;" vertex="1">
          <mxGeometry height="37.5" width="90" x="140" y="531" as="geometry" />
        </mxCell>
        <mxCell id="BZ9neWvH9tw47nREzwFn-64" parent="1" style="shape=curlyBracket;whiteSpace=wrap;html=1;rounded=1;labelPosition=left;verticalLabelPosition=middle;align=right;verticalAlign=middle;" value="" vertex="1">
          <mxGeometry height="35" width="20" x="230" y="375" as="geometry" />
        </mxCell>
        <mxCell id="BZ9neWvH9tw47nREzwFn-65" parent="1" style="text;html=1;whiteSpace=wrap;strokeColor=none;fillColor=none;align=center;verticalAlign=middle;rounded=0;fontStyle=1" value="&lt;span style=&quot;font-weight: normal;&quot;&gt;Global signals&lt;/span&gt;" vertex="1">
          <mxGeometry height="20" width="90" x="140" y="382.5" as="geometry" />
        </mxCell>
        <mxCell id="BZ9neWvH9tw47nREzwFn-66" parent="1" style="text;html=1;whiteSpace=wrap;strokeColor=none;fillColor=none;align=center;verticalAlign=middle;rounded=0;fontStyle=1" value="&lt;span style=&quot;font-weight: normal;&quot;&gt;Data&lt;/span&gt;" vertex="1">
          <mxGeometry height="20" width="60" x="670" y="250" as="geometry" />
        </mxCell>
        <mxCell id="BZ9neWvH9tw47nREzwFn-67" edge="1" parent="1" style="endArrow=classic;html=1;rounded=0;" value="">
          <mxGeometry height="50" relative="1" width="50" as="geometry">
            <mxPoint x="520" y="490" as="sourcePoint" />
            <mxPoint x="560" y="490" as="targetPoint" />
          </mxGeometry>
        </mxCell>
        <mxCell id="BZ9neWvH9tw47nREzwFn-68" edge="1" parent="1" style="endArrow=classic;html=1;rounded=0;" value="">
          <mxGeometry height="50" relative="1" width="50" as="geometry">
            <mxPoint x="520" y="510" as="sourcePoint" />
            <mxPoint x="560" y="510" as="targetPoint" />
          </mxGeometry>
        </mxCell>
        <mxCell id="BZ9neWvH9tw47nREzwFn-69" parent="1" style="text;html=1;whiteSpace=wrap;strokeColor=none;fillColor=none;align=center;verticalAlign=middle;rounded=0;fontStyle=1" value="HREADY" vertex="1">
          <mxGeometry height="20" width="60" x="560" y="480" as="geometry" />
        </mxCell>
        <mxCell id="BZ9neWvH9tw47nREzwFn-70" parent="1" style="text;html=1;whiteSpace=wrap;strokeColor=none;fillColor=none;align=center;verticalAlign=middle;rounded=0;fontStyle=1" value="HRESP" vertex="1">
          <mxGeometry height="20" width="60" x="560" y="500" as="geometry" />
        </mxCell>
        <mxCell id="BZ9neWvH9tw47nREzwFn-71" edge="1" parent="1" style="endArrow=classic;html=1;rounded=0;" value="">
          <mxGeometry height="50" relative="1" width="50" as="geometry">
            <mxPoint x="520" y="649.6600000000001" as="sourcePoint" />
            <mxPoint x="560" y="649.6600000000001" as="targetPoint" />
          </mxGeometry>
        </mxCell>
        <mxCell id="BZ9neWvH9tw47nREzwFn-72" parent="1" style="text;html=1;whiteSpace=wrap;strokeColor=none;fillColor=none;align=center;verticalAlign=middle;rounded=0;fontStyle=1" value="HRDATA[31:0]" vertex="1">
          <mxGeometry height="20" width="90" x="560" y="640" as="geometry" />
        </mxCell>
        <mxCell id="BZ9neWvH9tw47nREzwFn-73" parent="1" style="text;html=1;whiteSpace=wrap;strokeColor=none;fillColor=none;align=center;verticalAlign=middle;rounded=0;fontStyle=1" value="&lt;span style=&quot;font-weight: normal;&quot;&gt;Data&lt;/span&gt;" vertex="1">
          <mxGeometry height="20" width="60" x="155" y="640" as="geometry" />
        </mxCell>
        <mxCell id="BZ9neWvH9tw47nREzwFn-74" parent="1" style="text;html=1;whiteSpace=wrap;strokeColor=none;fillColor=none;align=center;verticalAlign=middle;rounded=0;fontStyle=1" value="&lt;span style=&quot;font-weight: normal;&quot;&gt;Data&lt;/span&gt;" vertex="1">
          <mxGeometry height="20" width="50" x="675" y="640" as="geometry" />
        </mxCell>
        <mxCell id="BZ9neWvH9tw47nREzwFn-75" parent="1" style="text;html=1;whiteSpace=wrap;strokeColor=none;fillColor=none;align=center;verticalAlign=middle;rounded=0;fontStyle=1" value="&lt;span style=&quot;font-weight: normal;&quot;&gt;Transfer response&lt;/span&gt;" vertex="1">
          <mxGeometry height="20" width="60" x="670" y="487.5" as="geometry" />
        </mxCell>
        <mxCell id="BZ9neWvH9tw47nREzwFn-76" parent="1" style="shape=curlyBracket;whiteSpace=wrap;html=1;rounded=1;labelPosition=left;verticalLabelPosition=middle;align=right;verticalAlign=middle;rotation=-180;" value="" vertex="1">
          <mxGeometry height="35" width="20" x="640" y="480" as="geometry" />
        </mxCell>
        <mxCell id="BZ9neWvH9tw47nREzwFn-77" parent="1" style="text;html=1;whiteSpace=wrap;strokeColor=none;fillColor=none;align=center;verticalAlign=middle;rounded=0;fontStyle=1" value="&lt;span style=&quot;font-weight: normal;&quot;&gt;Select signal&lt;/span&gt;" vertex="1">
          <mxGeometry height="20" width="90" x="140" y="430" as="geometry" />
        </mxCell>
      </root>
    </mxGraphModel>
  </diagram>
  <diagram id="Hd4ECfvz_bm4RMetZK8C" name="Master Interface">
    <mxGraphModel dx="764" dy="1105" grid="1" gridSize="10" guides="1" tooltips="1" connect="1" arrows="1" fold="1" page="1" pageScale="1" pageWidth="850" pageHeight="1100" math="0" shadow="0">
      <root>
        <mxCell id="0" />
        <mxCell id="1" parent="0" />
      </root>
    </mxGraphModel>
  </diagram>
  <diagram id="AYzUWjTrgIps4r00h7mQ" name="Master FSM">
    <mxGraphModel dx="437" dy="631" grid="1" gridSize="10" guides="1" tooltips="1" connect="1" arrows="1" fold="1" page="1" pageScale="1" pageWidth="850" pageHeight="1100" math="0" shadow="0">
      <root>
        <mxCell id="0" />
        <mxCell id="1" parent="0" />
        <mxCell id="gUlQ52oibdo8bB1fHUDe-6" edge="1" parent="1" source="gUlQ52oibdo8bB1fHUDe-1" style="edgeStyle=orthogonalEdgeStyle;rounded=0;orthogonalLoop=1;jettySize=auto;html=1;exitX=1;exitY=0.5;exitDx=0;exitDy=0;entryX=0;entryY=0.5;entryDx=0;entryDy=0;" target="gUlQ52oibdo8bB1fHUDe-2">
          <mxGeometry relative="1" as="geometry" />
        </mxCell>
        <mxCell id="gUlQ52oibdo8bB1fHUDe-8" edge="1" parent="1" source="gUlQ52oibdo8bB1fHUDe-1" style="edgeStyle=orthogonalEdgeStyle;rounded=0;orthogonalLoop=1;jettySize=auto;html=1;entryX=0.5;entryY=0;entryDx=0;entryDy=0;" target="gUlQ52oibdo8bB1fHUDe-5">
          <mxGeometry relative="1" as="geometry" />
        </mxCell>
        <mxCell id="gUlQ52oibdo8bB1fHUDe-1" parent="1" style="ellipse;whiteSpace=wrap;html=1;" value="IDLE" vertex="1">
          <mxGeometry height="80" width="120" x="200" y="200" as="geometry" />
        </mxCell>
        <mxCell id="gUlQ52oibdo8bB1fHUDe-7" edge="1" parent="1" source="gUlQ52oibdo8bB1fHUDe-2" style="edgeStyle=orthogonalEdgeStyle;rounded=0;orthogonalLoop=1;jettySize=auto;html=1;entryX=0.5;entryY=0;entryDx=0;entryDy=0;" target="gUlQ52oibdo8bB1fHUDe-3">
          <mxGeometry relative="1" as="geometry" />
        </mxCell>
        <mxCell id="gUlQ52oibdo8bB1fHUDe-2" parent="1" style="ellipse;whiteSpace=wrap;html=1;" value="WR_ADDR_PHASE" vertex="1">
          <mxGeometry height="80" width="120" x="440" y="200" as="geometry" />
        </mxCell>
        <mxCell id="gUlQ52oibdo8bB1fHUDe-10" edge="1" parent="1" source="gUlQ52oibdo8bB1fHUDe-3" style="edgeStyle=orthogonalEdgeStyle;rounded=0;orthogonalLoop=1;jettySize=auto;html=1;entryX=0.5;entryY=0;entryDx=0;entryDy=0;" target="gUlQ52oibdo8bB1fHUDe-9">
          <mxGeometry relative="1" as="geometry" />
        </mxCell>
        <mxCell id="8WBKzOnGMAMBHIHuB8Qa-4" edge="1" parent="1" source="gUlQ52oibdo8bB1fHUDe-3" style="edgeStyle=orthogonalEdgeStyle;rounded=0;orthogonalLoop=1;jettySize=auto;html=1;entryX=1;entryY=0.5;entryDx=0;entryDy=0;" target="gUlQ52oibdo8bB1fHUDe-5">
          <mxGeometry relative="1" as="geometry" />
        </mxCell>
        <mxCell id="gUlQ52oibdo8bB1fHUDe-3" parent="1" style="ellipse;whiteSpace=wrap;html=1;" value="WR_DATA_PHASE" vertex="1">
          <mxGeometry height="80" width="120" x="440" y="360" as="geometry" />
        </mxCell>
        <mxCell id="gUlQ52oibdo8bB1fHUDe-11" edge="1" parent="1" source="gUlQ52oibdo8bB1fHUDe-4" style="edgeStyle=orthogonalEdgeStyle;rounded=0;orthogonalLoop=1;jettySize=auto;html=1;entryX=0;entryY=0.5;entryDx=0;entryDy=0;" target="gUlQ52oibdo8bB1fHUDe-9">
          <mxGeometry relative="1" as="geometry" />
        </mxCell>
        <mxCell id="8WBKzOnGMAMBHIHuB8Qa-6" edge="1" parent="1" source="gUlQ52oibdo8bB1fHUDe-4" style="edgeStyle=orthogonalEdgeStyle;rounded=0;orthogonalLoop=1;jettySize=auto;html=1;exitX=0;exitY=0.5;exitDx=0;exitDy=0;entryX=0;entryY=0.5;entryDx=0;entryDy=0;" target="gUlQ52oibdo8bB1fHUDe-1">
          <mxGeometry relative="1" as="geometry">
            <Array as="points">
              <mxPoint x="160.03" y="560.03" />
              <mxPoint x="160.03" y="240.03" />
            </Array>
          </mxGeometry>
        </mxCell>
        <mxCell id="gUlQ52oibdo8bB1fHUDe-4" parent="1" style="ellipse;whiteSpace=wrap;html=1;" value="RD_DATA_PHASE" vertex="1">
          <mxGeometry height="80" width="120" x="200" y="520" as="geometry" />
        </mxCell>
        <mxCell id="8WBKzOnGMAMBHIHuB8Qa-3" edge="1" parent="1" source="gUlQ52oibdo8bB1fHUDe-5" style="edgeStyle=orthogonalEdgeStyle;rounded=0;orthogonalLoop=1;jettySize=auto;html=1;" target="gUlQ52oibdo8bB1fHUDe-4" value="">
          <mxGeometry relative="1" as="geometry" />
        </mxCell>
        <mxCell id="gUlQ52oibdo8bB1fHUDe-5" parent="1" style="ellipse;whiteSpace=wrap;html=1;" value="RD_ADDR_PHASE" vertex="1">
          <mxGeometry height="80" width="120" x="200" y="360" as="geometry" />
        </mxCell>
        <mxCell id="gUlQ52oibdo8bB1fHUDe-9" parent="1" style="ellipse;whiteSpace=wrap;html=1;" value="WAIT_STATE" vertex="1">
          <mxGeometry height="80" width="120" x="440" y="520" as="geometry" />
        </mxCell>
        <mxCell id="8WBKzOnGMAMBHIHuB8Qa-1" edge="1" parent="1" source="gUlQ52oibdo8bB1fHUDe-5" style="endArrow=classic;html=1;rounded=0;entryX=0;entryY=0;entryDx=0;entryDy=0;exitX=1;exitY=1;exitDx=0;exitDy=0;" target="gUlQ52oibdo8bB1fHUDe-9" value="">
          <mxGeometry height="50" relative="1" width="50" as="geometry">
            <mxPoint x="350" y="490" as="sourcePoint" />
            <mxPoint x="400" y="440" as="targetPoint" />
          </mxGeometry>
        </mxCell>
        <mxCell id="8WBKzOnGMAMBHIHuB8Qa-5" edge="1" parent="1" source="gUlQ52oibdo8bB1fHUDe-3" style="endArrow=classic;html=1;rounded=0;exitX=0;exitY=0;exitDx=0;exitDy=0;entryX=1;entryY=1;entryDx=0;entryDy=0;" target="gUlQ52oibdo8bB1fHUDe-1" value="">
          <mxGeometry height="50" relative="1" width="50" as="geometry">
            <mxPoint x="370" y="340" as="sourcePoint" />
            <mxPoint x="420" y="290" as="targetPoint" />
          </mxGeometry>
        </mxCell>
      </root>
    </mxGraphModel>
  </diagram>
</mxfile>
